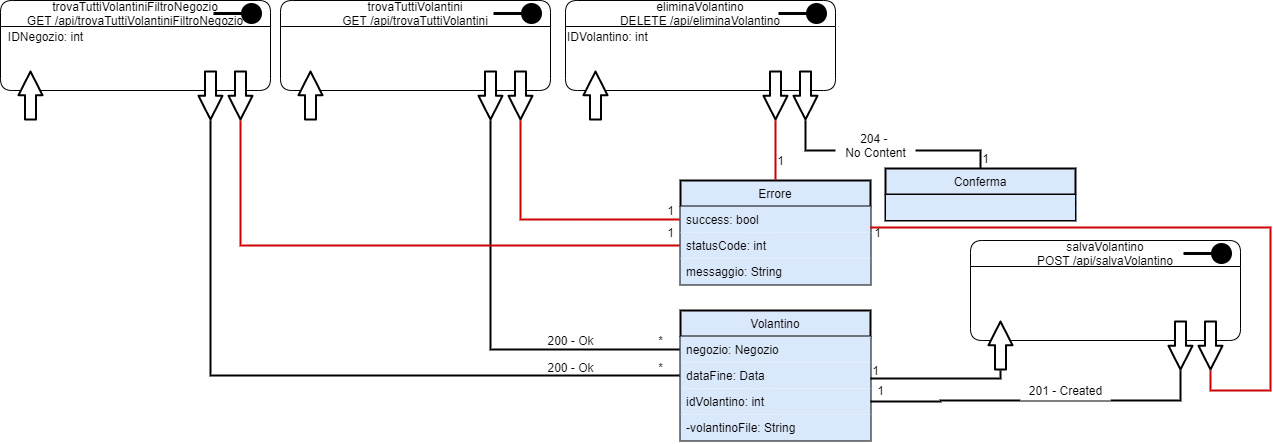
Before: UML/Diagramma Risorse/Diagramma Risorse Volantino.png, a diagram exported from draw.io (G15-UniTN/iSpesa). Source tidied: cells renumbered, new cells last; positions are measured from the earlier drawing's top-left corner, leaving out a move shared by most shapes. Source of this version:
```xml
<mxGraphModel background="#ffffff">
  <root>
    <mxCell id="0" />
    <mxCell id="1" parent="0" />
    <mxCell id="2" value="Volantino" style="swimlane;fontStyle=0;align=center;verticalAlign=top;horizontal=1;startSize=26;rounded=0;shadow=0;strokeWidth=2;fillColor=#dae8fc;" parent="1" vertex="1">
      <mxGeometry x="680" y="310" width="190" height="130" as="geometry" />
    </mxCell>
    <mxCell id="3" value="negozio: Negozio" style="text;align=left;verticalAlign=top;spacingLeft=4;spacingRight=4;overflow=hidden;points=[[0,0.5],[1,0.5]];portConstraint=eastwest;fillColor=#dae8fc;" parent="2" vertex="1">
      <mxGeometry y="26" width="190" height="26" as="geometry" />
    </mxCell>
    <mxCell id="4" value="dataFine: Data" style="text;align=left;verticalAlign=top;spacingLeft=4;spacingRight=4;overflow=hidden;points=[[0,0.5],[1,0.5]];portConstraint=eastwest;rounded=0;shadow=0;html=0;fillColor=#dae8fc;" parent="2" vertex="1">
      <mxGeometry y="52" width="190" height="26" as="geometry" />
    </mxCell>
    <mxCell id="5" value="idVolantino: int" style="text;align=left;verticalAlign=top;spacingLeft=4;spacingRight=4;overflow=hidden;points=[[0,0.5],[1,0.5]];portConstraint=eastwest;rounded=0;shadow=0;html=0;fillColor=#dae8fc;" parent="2" vertex="1">
      <mxGeometry y="78" width="190" height="26" as="geometry" />
    </mxCell>
    <mxCell id="6" value="-volantinoFile: String" style="text;align=left;verticalAlign=top;spacingLeft=4;spacingRight=4;overflow=hidden;rounded=0;shadow=0;html=0;fillColor=#dae8fc;" parent="2" vertex="1">
      <mxGeometry y="104" width="190" height="26" as="geometry" />
    </mxCell>
    <mxCell id="7" style="endArrow=none;html=1;targetPerimeterSpacing=1;strokeWidth=2;fillColor=#ffffff;edgeStyle=orthogonalEdgeStyle;rounded=0;endFill=0;" parent="1" edge="1" target="3">
      <mxGeometry relative="1" as="geometry">
        <mxPoint x="490" y="120" as="sourcePoint" />
      </mxGeometry>
    </mxCell>
    <mxCell id="8" value="200 - Ok" style="text;html=1;align=center;verticalAlign=middle;strokeColor=none;" parent="1" vertex="1">
      <mxGeometry x="540" y="330" width="60" height="20" as="geometry" />
    </mxCell>
    <mxCell id="9" value="*" style="text;html=1;align=center;verticalAlign=middle;strokeColor=none;" parent="1" vertex="1">
      <mxGeometry x="650" y="330" width="20" height="20" as="geometry" />
    </mxCell>
    <mxCell id="10" style="group;" parent="1" vertex="1">
      <mxGeometry x="280" width="270" height="120" as="geometry" />
    </mxCell>
    <mxCell id="11" value="trovaTuttiVolantini&#10;GET /api/trovaTuttiVolantini" style="swimlane;fontStyle=0;horizontal=1;startSize=26;fillColor=none;rounded=1;" parent="10" vertex="1">
      <mxGeometry width="270" height="90" as="geometry" />
    </mxCell>
    <mxCell id="12" style="html=1;verticalAlign=bottom;startArrow=circle;startFill=1;endArrow=none;startSize=6;endSize=8;endFill=0;strokeWidth=3;targetPerimeterSpacing=1;jumpSize=7;" parent="10" edge="1">
      <mxGeometry relative="1" as="geometry">
        <mxPoint x="263" y="13" as="sourcePoint" />
        <mxPoint x="213" y="13" as="targetPoint" />
      </mxGeometry>
    </mxCell>
    <mxCell id="13" style="shape=flexArrow;endArrow=classic;html=1;targetPerimeterSpacing=1;strokeWidth=2;endWidth=11.03448275862069;endSize=7.227586206896552;fillColor=#ffffff;" parent="10" edge="1">
      <mxGeometry relative="1" as="geometry">
        <mxPoint x="30" y="120" as="sourcePoint" />
        <mxPoint x="30" y="70" as="targetPoint" />
      </mxGeometry>
    </mxCell>
    <mxCell id="14" style="shape=flexArrow;endArrow=classic;html=1;targetPerimeterSpacing=1;strokeWidth=2;endWidth=11.03448275862069;endSize=7.227586206896552;fillColor=#ffffff;" parent="10" edge="1">
      <mxGeometry relative="1" as="geometry">
        <mxPoint x="240" y="70" as="sourcePoint" />
        <mxPoint x="240" y="120" as="targetPoint" />
      </mxGeometry>
    </mxCell>
    <mxCell id="15" style="shape=flexArrow;endArrow=classic;html=1;targetPerimeterSpacing=1;strokeWidth=2;endWidth=11.03448275862069;endSize=7.227586206896552;fillColor=#ffffff;rounded=1;" parent="10" edge="1">
      <mxGeometry relative="1" as="geometry">
        <mxPoint x="210" y="70" as="sourcePoint" />
        <mxPoint x="210" y="120" as="targetPoint" />
      </mxGeometry>
    </mxCell>
    <mxCell id="16" value="Errore" style="swimlane;fontStyle=0;align=center;verticalAlign=top;horizontal=1;startSize=26;rounded=0;shadow=0;strokeWidth=2;fillColor=#dae8fc;" parent="1" vertex="1">
      <mxGeometry x="680" y="180" width="190" height="104" as="geometry" />
    </mxCell>
    <mxCell id="17" value="success: bool" style="text;align=left;verticalAlign=top;spacingLeft=4;spacingRight=4;overflow=hidden;points=[[0,0.5],[1,0.5]];portConstraint=eastwest;fillColor=#dae8fc;" parent="16" vertex="1">
      <mxGeometry y="26" width="190" height="26" as="geometry" />
    </mxCell>
    <mxCell id="18" value="statusCode: int" style="text;align=left;verticalAlign=top;spacingLeft=4;spacingRight=4;overflow=hidden;points=[[0,0.5],[1,0.5]];portConstraint=eastwest;rounded=0;shadow=0;html=0;fillColor=#dae8fc;" parent="16" vertex="1">
      <mxGeometry y="52" width="190" height="26" as="geometry" />
    </mxCell>
    <mxCell id="19" value="messaggio: String" style="text;align=left;verticalAlign=top;spacingLeft=4;spacingRight=4;overflow=hidden;rounded=0;shadow=0;html=0;fillColor=#dae8fc;" parent="16" vertex="1">
      <mxGeometry y="78" width="190" height="26" as="geometry" />
    </mxCell>
    <mxCell id="20" style="endArrow=none;html=1;targetPerimeterSpacing=1;strokeWidth=2;fillColor=#ffffff;edgeStyle=orthogonalEdgeStyle;rounded=0;endFill=0;strokeColor=#CC0000;" parent="1" edge="1" target="17">
      <mxGeometry relative="1" as="geometry">
        <mxPoint x="520" y="120" as="sourcePoint" />
      </mxGeometry>
    </mxCell>
    <mxCell id="21" value="1" style="text;html=1;align=center;verticalAlign=middle;strokeColor=none;" parent="1" vertex="1">
      <mxGeometry x="660" y="200" width="20" height="20" as="geometry" />
    </mxCell>
    <mxCell id="22" style="group;" parent="1" vertex="1">
      <mxGeometry width="270" height="120" as="geometry" />
    </mxCell>
    <mxCell id="23" value="trovaTuttiVolantiniFiltroNegozio&#10;GET /api/trovaTuttiVolantiniFiltroNegozio" style="swimlane;fontStyle=0;horizontal=1;startSize=26;fillColor=none;rounded=1;" parent="22" vertex="1">
      <mxGeometry width="270" height="90" as="geometry" />
    </mxCell>
    <mxCell id="24" style="html=1;verticalAlign=bottom;startArrow=circle;startFill=1;endArrow=none;startSize=6;endSize=8;endFill=0;strokeWidth=3;targetPerimeterSpacing=1;jumpSize=7;" parent="22" edge="1">
      <mxGeometry relative="1" as="geometry">
        <mxPoint x="263" y="13" as="sourcePoint" />
        <mxPoint x="213" y="13" as="targetPoint" />
      </mxGeometry>
    </mxCell>
    <mxCell id="25" style="shape=flexArrow;endArrow=classic;html=1;targetPerimeterSpacing=1;strokeWidth=2;endWidth=11.03448275862069;endSize=7.227586206896552;fillColor=#ffffff;" parent="22" edge="1">
      <mxGeometry relative="1" as="geometry">
        <mxPoint x="30" y="120" as="sourcePoint" />
        <mxPoint x="30" y="70" as="targetPoint" />
      </mxGeometry>
    </mxCell>
    <mxCell id="26" style="shape=flexArrow;endArrow=classic;html=1;targetPerimeterSpacing=1;strokeWidth=2;endWidth=11.03448275862069;endSize=7.227586206896552;fillColor=#ffffff;" parent="22" edge="1">
      <mxGeometry relative="1" as="geometry">
        <mxPoint x="240" y="70" as="sourcePoint" />
        <mxPoint x="240" y="120" as="targetPoint" />
      </mxGeometry>
    </mxCell>
    <mxCell id="27" style="shape=flexArrow;endArrow=classic;html=1;targetPerimeterSpacing=1;strokeWidth=2;endWidth=11.03448275862069;endSize=7.227586206896552;fillColor=#ffffff;rounded=1;" parent="22" edge="1">
      <mxGeometry relative="1" as="geometry">
        <mxPoint x="210" y="70" as="sourcePoint" />
        <mxPoint x="210" y="120" as="targetPoint" />
      </mxGeometry>
    </mxCell>
    <mxCell id="28" value="IDNegozio: int" style="text;html=1;align=center;verticalAlign=middle;strokeColor=none;" parent="1" vertex="1">
      <mxGeometry y="26" width="90" height="20" as="geometry" />
    </mxCell>
    <mxCell id="29" style="endArrow=none;html=1;targetPerimeterSpacing=1;strokeWidth=2;fillColor=#ffffff;edgeStyle=orthogonalEdgeStyle;rounded=0;endFill=0;strokeColor=#CC0000;" parent="1" edge="1" target="18">
      <mxGeometry relative="1" as="geometry">
        <mxPoint x="240" y="120" as="sourcePoint" />
      </mxGeometry>
    </mxCell>
    <mxCell id="30" value="1" style="text;html=1;align=center;verticalAlign=middle;strokeColor=none;" parent="1" vertex="1">
      <mxGeometry x="660" y="222" width="20" height="20" as="geometry" />
    </mxCell>
    <mxCell id="31" style="endArrow=none;html=1;targetPerimeterSpacing=1;strokeWidth=2;fillColor=#ffffff;edgeStyle=orthogonalEdgeStyle;rounded=0;endFill=0;" parent="1" edge="1" target="4">
      <mxGeometry relative="1" as="geometry">
        <mxPoint x="210" y="120" as="sourcePoint" />
        <Array as="points">
          <mxPoint x="210" y="130" />
          <mxPoint x="210" y="375" />
        </Array>
      </mxGeometry>
    </mxCell>
    <mxCell id="32" value="200 - Ok" style="text;html=1;align=center;verticalAlign=middle;strokeColor=none;" parent="1" vertex="1">
      <mxGeometry x="540" y="357" width="60" height="20" as="geometry" />
    </mxCell>
    <mxCell id="33" value="*" style="text;html=1;align=center;verticalAlign=middle;strokeColor=none;" parent="1" vertex="1">
      <mxGeometry x="650" y="357" width="20" height="20" as="geometry" />
    </mxCell>
    <mxCell id="34" style="group;" parent="1" vertex="1">
      <mxGeometry x="565" width="270" height="120" as="geometry" />
    </mxCell>
    <mxCell id="35" value="eliminaVolantino&#10;DELETE /api/eliminaVolantino" style="swimlane;fontStyle=0;horizontal=1;startSize=26;fillColor=none;rounded=1;" parent="34" vertex="1">
      <mxGeometry width="270" height="90" as="geometry" />
    </mxCell>
    <mxCell id="36" style="html=1;verticalAlign=bottom;startArrow=circle;startFill=1;endArrow=none;startSize=6;endSize=8;endFill=0;strokeWidth=3;targetPerimeterSpacing=1;jumpSize=7;" parent="34" edge="1">
      <mxGeometry relative="1" as="geometry">
        <mxPoint x="263" y="13" as="sourcePoint" />
        <mxPoint x="213" y="13" as="targetPoint" />
      </mxGeometry>
    </mxCell>
    <mxCell id="37" style="shape=flexArrow;endArrow=classic;html=1;targetPerimeterSpacing=1;strokeWidth=2;endWidth=11.03448275862069;endSize=7.227586206896552;fillColor=#ffffff;" parent="34" edge="1">
      <mxGeometry relative="1" as="geometry">
        <mxPoint x="30" y="120" as="sourcePoint" />
        <mxPoint x="30" y="70" as="targetPoint" />
      </mxGeometry>
    </mxCell>
    <mxCell id="38" style="shape=flexArrow;endArrow=classic;html=1;targetPerimeterSpacing=1;strokeWidth=2;endWidth=11.03448275862069;endSize=7.227586206896552;fillColor=#ffffff;" parent="34" edge="1">
      <mxGeometry relative="1" as="geometry">
        <mxPoint x="240" y="70" as="sourcePoint" />
        <mxPoint x="240" y="120" as="targetPoint" />
      </mxGeometry>
    </mxCell>
    <mxCell id="39" style="shape=flexArrow;endArrow=classic;html=1;targetPerimeterSpacing=1;strokeWidth=2;endWidth=11.03448275862069;endSize=7.227586206896552;fillColor=#ffffff;rounded=1;" parent="34" edge="1">
      <mxGeometry relative="1" as="geometry">
        <mxPoint x="210" y="70" as="sourcePoint" />
        <mxPoint x="210" y="120" as="targetPoint" />
      </mxGeometry>
    </mxCell>
    <mxCell id="40" value="IDVolantino: int" style="text;html=1;align=left;verticalAlign=middle;strokeColor=none;" parent="1" vertex="1">
      <mxGeometry x="565" y="26" width="100" height="20" as="geometry" />
    </mxCell>
    <mxCell id="41" style="endArrow=none;html=1;targetPerimeterSpacing=1;strokeWidth=2;fillColor=#ffffff;edgeStyle=orthogonalEdgeStyle;rounded=0;endFill=0;strokeColor=#CC0000;" parent="1" edge="1" target="16">
      <mxGeometry relative="1" as="geometry">
        <mxPoint x="775" y="120" as="sourcePoint" />
      </mxGeometry>
    </mxCell>
    <mxCell id="42" value="1" style="text;html=1;align=center;verticalAlign=middle;strokeColor=none;" parent="1" vertex="1">
      <mxGeometry x="770" y="150" width="20" height="20" as="geometry" />
    </mxCell>
    <mxCell id="43" value="Conferma" style="swimlane;fontStyle=0;align=center;verticalAlign=top;horizontal=1;startSize=26;rounded=0;shadow=0;strokeWidth=2;fillColor=#dae8fc;swimlaneFillColor=none;separatorColor=#7EA6E0;noLabel=0;portConstraintRotation=0;" parent="1" vertex="1">
      <mxGeometry x="885" y="168" width="190" height="52" as="geometry" />
    </mxCell>
    <mxCell id="44" style="text;align=left;verticalAlign=top;spacingLeft=4;spacingRight=4;overflow=hidden;rounded=0;shadow=0;html=0;fillColor=#dae8fc;strokeColor=#000000;" parent="43" vertex="1">
      <mxGeometry y="26" width="190" height="26" as="geometry" />
    </mxCell>
    <mxCell id="45" style="endArrow=none;html=1;targetPerimeterSpacing=1;strokeWidth=2;fillColor=#ffffff;edgeStyle=orthogonalEdgeStyle;rounded=0;entryX=0.5;entryY=0;entryDx=0;entryDy=0;endFill=0;" parent="1" edge="1" target="43">
      <mxGeometry relative="1" as="geometry">
        <mxPoint x="805" y="120" as="sourcePoint" />
        <Array as="points">
          <mxPoint x="805" y="150" />
          <mxPoint x="980" y="150" />
        </Array>
      </mxGeometry>
    </mxCell>
    <mxCell id="46" value="1" style="text;html=1;align=center;verticalAlign=middle;strokeColor=none;" parent="1" vertex="1">
      <mxGeometry x="975" y="148" width="20" height="20" as="geometry" />
    </mxCell>
    <mxCell id="47" value="204 - &lt;br&gt;No Content" style="text;html=1;align=center;verticalAlign=middle;strokeColor=none;fillColor=#ffffff;" parent="1" vertex="1">
      <mxGeometry x="835" y="130" width="80" height="30" as="geometry" />
    </mxCell>
    <mxCell id="48" style="group;" parent="1" vertex="1">
      <mxGeometry x="970" y="240" width="270" height="120" as="geometry" />
    </mxCell>
    <mxCell id="49" value="salvaVolantino&#10;POST /api/salvaVolantino" style="swimlane;fontStyle=0;horizontal=1;startSize=26;fillColor=none;rounded=1;" parent="48" vertex="1">
      <mxGeometry width="270" height="100" as="geometry" />
    </mxCell>
    <mxCell id="50" style="shape=flexArrow;endArrow=classic;html=1;targetPerimeterSpacing=1;strokeWidth=2;endWidth=11.03448275862069;endSize=7.227586206896552;fillColor=#ffffff;rounded=1;" parent="49" edge="1">
      <mxGeometry relative="1" as="geometry">
        <mxPoint x="210" y="80" as="sourcePoint" />
        <mxPoint x="210" y="130" as="targetPoint" />
      </mxGeometry>
    </mxCell>
    <mxCell id="51" style="shape=flexArrow;endArrow=classic;html=1;targetPerimeterSpacing=1;strokeWidth=2;endWidth=11.03448275862069;endSize=7.227586206896552;fillColor=#ffffff;" parent="49" edge="1">
      <mxGeometry relative="1" as="geometry">
        <mxPoint x="240" y="80" as="sourcePoint" />
        <mxPoint x="240" y="130" as="targetPoint" />
      </mxGeometry>
    </mxCell>
    <mxCell id="52" style="html=1;verticalAlign=bottom;startArrow=circle;startFill=1;endArrow=none;startSize=6;endSize=8;endFill=0;strokeWidth=3;targetPerimeterSpacing=1;jumpSize=7;" parent="48" edge="1">
      <mxGeometry relative="1" as="geometry">
        <mxPoint x="263" y="13" as="sourcePoint" />
        <mxPoint x="213" y="13" as="targetPoint" />
      </mxGeometry>
    </mxCell>
    <mxCell id="53" style="shape=flexArrow;endArrow=classic;html=1;targetPerimeterSpacing=1;strokeWidth=2;endWidth=11.03448275862069;endSize=7.227586206896552;fillColor=#ffffff;" parent="48" edge="1">
      <mxGeometry relative="1" as="geometry">
        <mxPoint x="30" y="130" as="sourcePoint" />
        <mxPoint x="30" y="80" as="targetPoint" />
      </mxGeometry>
    </mxCell>
    <mxCell id="54" style="edgeStyle=orthogonalEdgeStyle;rounded=0;jumpSize=7;orthogonalLoop=1;jettySize=auto;html=1;endArrow=none;endFill=0;targetPerimeterSpacing=1;strokeWidth=2;fillColor=#ffffff;" parent="1" edge="1">
      <mxGeometry relative="1" as="geometry">
        <mxPoint x="870" y="378" as="sourcePoint" />
        <mxPoint x="1000" y="370" as="targetPoint" />
        <Array as="points">
          <mxPoint x="870" y="378" />
          <mxPoint x="1000" y="378" />
        </Array>
      </mxGeometry>
    </mxCell>
    <mxCell id="55" value="1" style="text;html=1;align=center;verticalAlign=middle;strokeColor=none;" parent="1" vertex="1">
      <mxGeometry x="865" y="360" width="20" height="20" as="geometry" />
    </mxCell>
    <mxCell id="56" style="edgeStyle=orthogonalEdgeStyle;rounded=0;jumpSize=7;jettySize=auto;html=1;endArrow=none;endFill=0;targetPerimeterSpacing=1;strokeWidth=2;fillColor=#ffffff;exitX=1;exitY=0.5;exitDx=0;exitDy=0;" parent="1" edge="1" source="5">
      <mxGeometry relative="1" as="geometry">
        <mxPoint x="1180" y="370" as="targetPoint" />
        <Array as="points">
          <mxPoint x="940" y="401" />
          <mxPoint x="940" y="400" />
        </Array>
      </mxGeometry>
    </mxCell>
    <mxCell id="57" value="201 - Created" style="text;html=1;align=center;verticalAlign=middle;strokeColor=none;fillColor=#ffffff;" parent="1" vertex="1">
      <mxGeometry x="1020" y="380" width="90" height="20" as="geometry" />
    </mxCell>
    <mxCell id="58" value="1" style="text;html=1;align=center;verticalAlign=middle;strokeColor=none;" parent="1" vertex="1">
      <mxGeometry x="870" y="380" width="20" height="20" as="geometry" />
    </mxCell>
    <mxCell id="59" style="edgeStyle=orthogonalEdgeStyle;rounded=0;jumpSize=7;jettySize=auto;html=1;endArrow=none;endFill=0;targetPerimeterSpacing=1;strokeWidth=2;fillColor=#ffffff;exitX=1;exitY=-0.192;exitDx=0;exitDy=0;exitPerimeter=0;strokeColor=#CC0000;" parent="1" edge="1" source="18">
      <mxGeometry relative="1" as="geometry">
        <mxPoint x="1210" y="370" as="targetPoint" />
        <Array as="points">
          <mxPoint x="1270" y="227" />
          <mxPoint x="1270" y="390" />
          <mxPoint x="1210" y="390" />
        </Array>
      </mxGeometry>
    </mxCell>
    <mxCell id="60" value="1" style="text;html=1;align=center;verticalAlign=middle;strokeColor=none;" parent="1" vertex="1">
      <mxGeometry x="867" y="222" width="20" height="20" as="geometry" />
    </mxCell>
  </root>
</mxGraphModel>
```
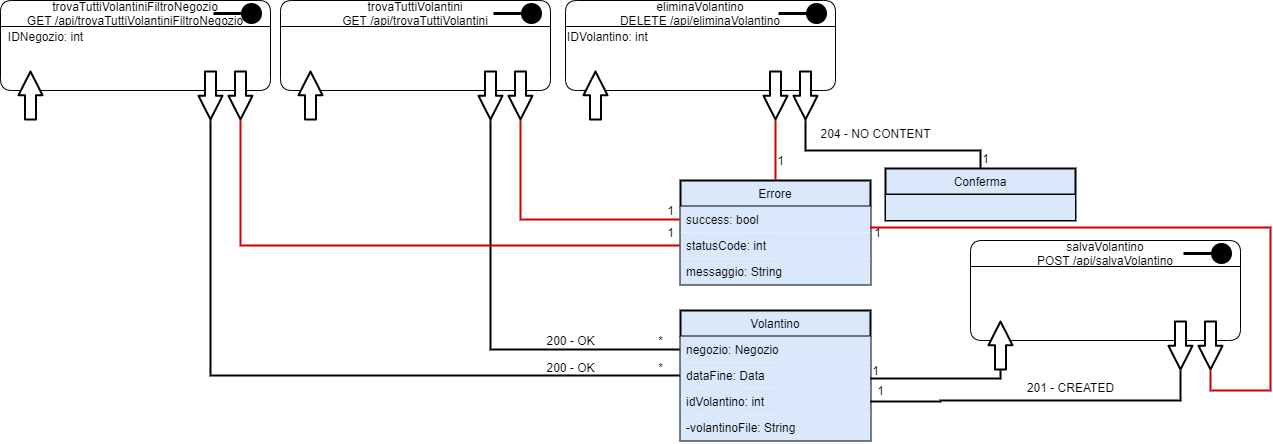
After the change.

What changed in the source:
```diff
@@ -22,7 +22,7 @@
         <mxPoint x="490" y="120" as="sourcePoint" />
       </mxGeometry>
     </mxCell>
-    <mxCell id="8" value="200 - Ok" style="text;html=1;align=center;verticalAlign=middle;strokeColor=none;" parent="1" vertex="1">
+    <mxCell id="8" value="200 - OK" style="text;html=1;align=center;verticalAlign=middle;strokeColor=none;" parent="1" vertex="1">
       <mxGeometry x="540" y="330" width="60" height="20" as="geometry" />
     </mxCell>
     <mxCell id="9" value="*" style="text;html=1;align=center;verticalAlign=middle;strokeColor=none;" parent="1" vertex="1">
@@ -128,7 +128,7 @@
         </Array>
       </mxGeometry>
     </mxCell>
-    <mxCell id="32" value="200 - Ok" style="text;html=1;align=center;verticalAlign=middle;strokeColor=none;" parent="1" vertex="1">
+    <mxCell id="32" value="200 - OK" style="text;html=1;align=center;verticalAlign=middle;strokeColor=none;" parent="1" vertex="1">
       <mxGeometry x="540" y="357" width="60" height="20" as="geometry" />
     </mxCell>
     <mxCell id="33" value="*" style="text;html=1;align=center;verticalAlign=middle;strokeColor=none;" parent="1" vertex="1">
@@ -193,8 +193,8 @@
     <mxCell id="46" value="1" style="text;html=1;align=center;verticalAlign=middle;strokeColor=none;" parent="1" vertex="1">
       <mxGeometry x="975" y="148" width="20" height="20" as="geometry" />
     </mxCell>
-    <mxCell id="47" value="204 - &lt;br&gt;No Content" style="text;html=1;align=center;verticalAlign=middle;strokeColor=none;fillColor=#ffffff;" parent="1" vertex="1">
-      <mxGeometry x="835" y="130" width="80" height="30" as="geometry" />
+    <mxCell id="47" value="204 - NO CONTENT" style="text;html=1;align=center;verticalAlign=middle;strokeColor=none;fillColor=#ffffff;" parent="1" vertex="1">
+      <mxGeometry x="810" y="123" width="130" height="20" as="geometry" />
     </mxCell>
     <mxCell id="48" style="group;" parent="1" vertex="1">
       <mxGeometry x="970" y="240" width="270" height="120" as="geometry" />
@@ -248,8 +248,8 @@
         </Array>
       </mxGeometry>
     </mxCell>
-    <mxCell id="57" value="201 - Created" style="text;html=1;align=center;verticalAlign=middle;strokeColor=none;fillColor=#ffffff;" parent="1" vertex="1">
-      <mxGeometry x="1020" y="380" width="90" height="20" as="geometry" />
+    <mxCell id="57" value="201 - CREATED" style="text;html=1;align=center;verticalAlign=middle;strokeColor=none;fillColor=#ffffff;" parent="1" vertex="1">
+      <mxGeometry x="1020" y="377" width="100" height="20" as="geometry" />
     </mxCell>
     <mxCell id="58" value="1" style="text;html=1;align=center;verticalAlign=middle;strokeColor=none;" parent="1" vertex="1">
       <mxGeometry x="870" y="380" width="20" height="20" as="geometry" />
```
